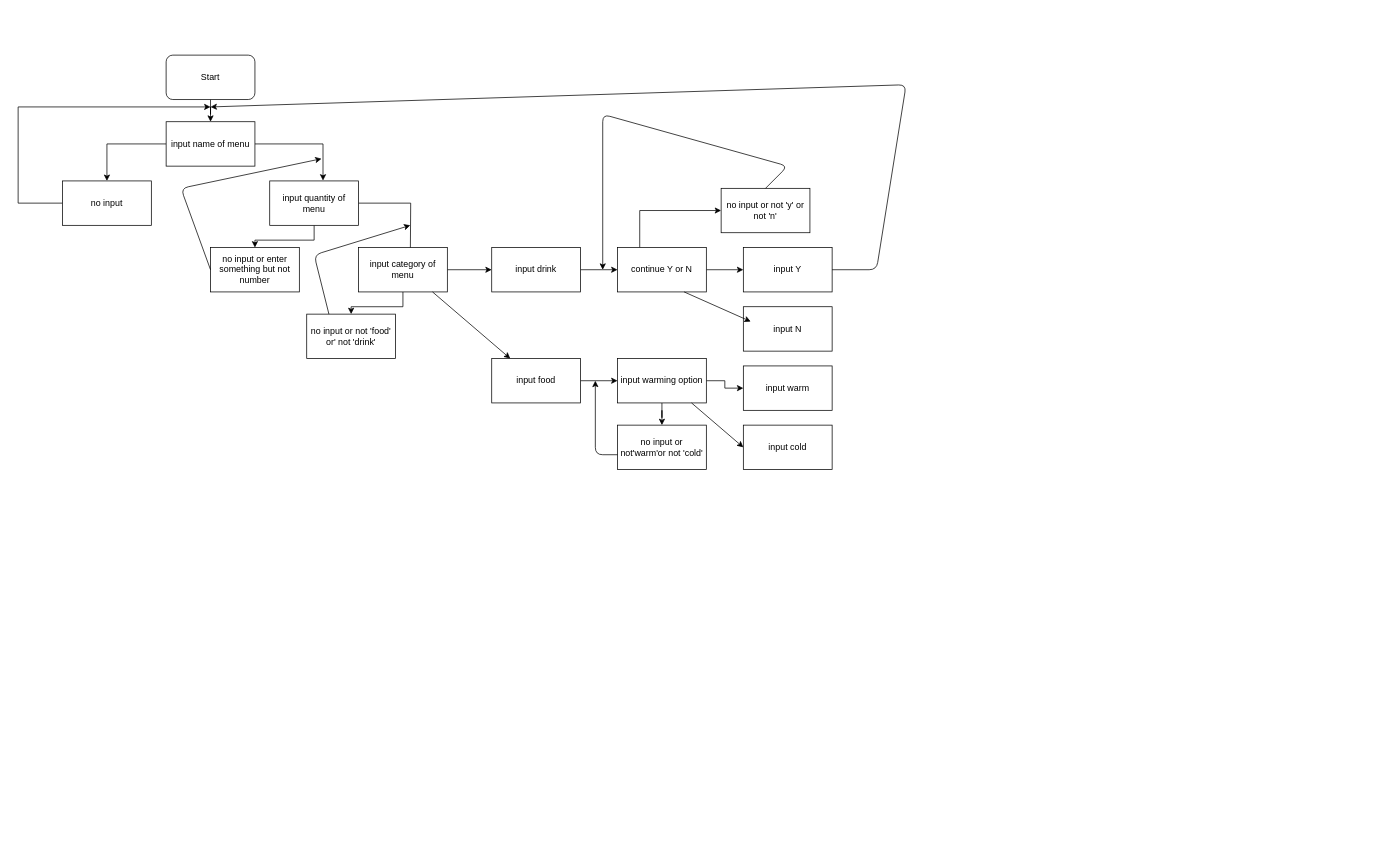
Before: Untitled Diagram.drawio in Lee-Min-Jung/PROGRAMMING-INTRODUCTION-4, a draw.io diagram. Source tidied: cells renumbered, new cells numbered last; positions are measured from the earlier drawing's top-left corner, leaving out a move shared by most shapes. Both pictures are drawn from the tidied source at 74%, with x=0, y=0 at pixel (18, 55).
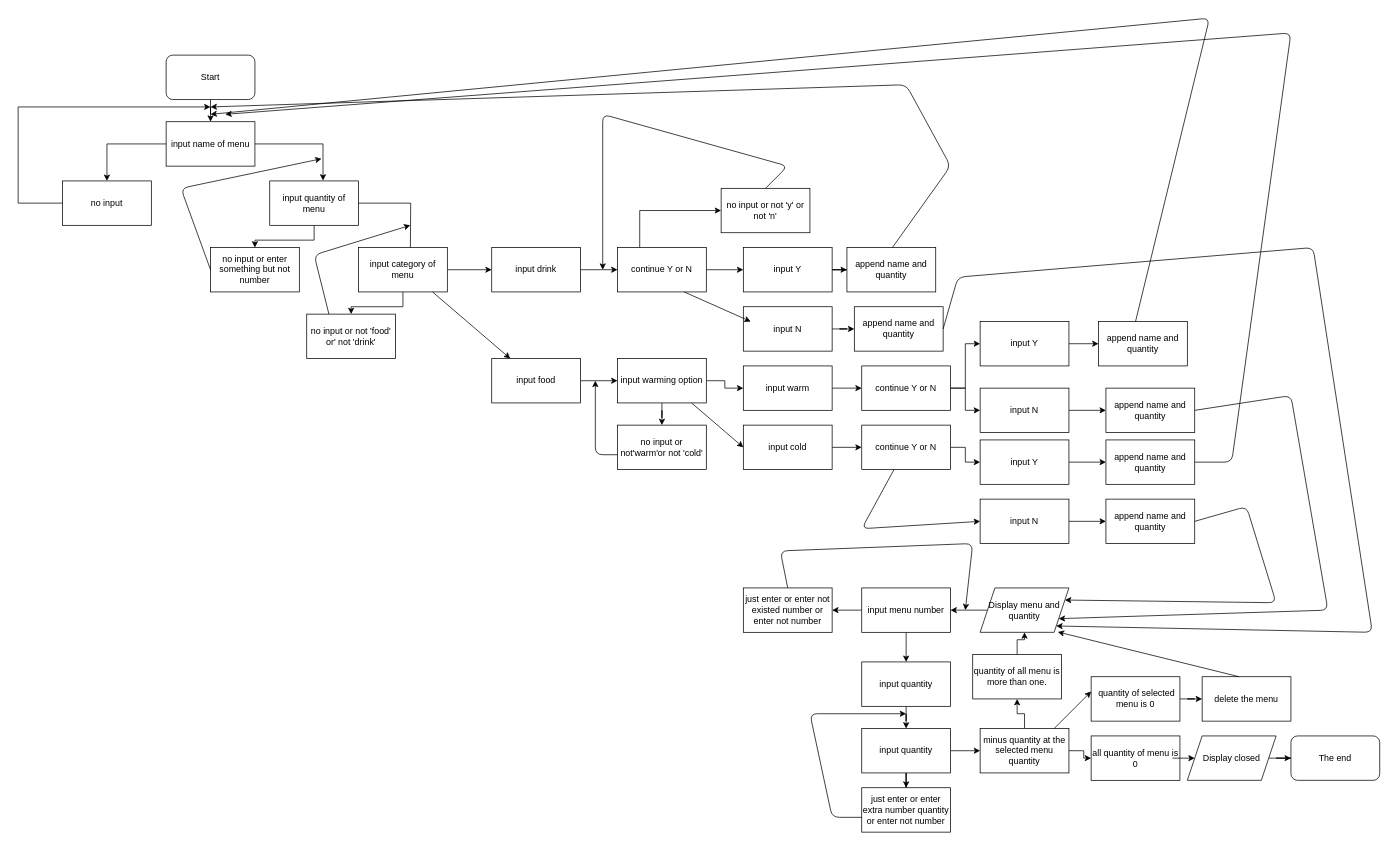
The same diagram, later.

Commit message:
flow chart 2

The change refers to these unchanged cells:
```xml
<mxCell id="26" value="input Y" style="rounded=0;whiteSpace=wrap;html=1;" parent="1" vertex="1">
  <mxGeometry x="980" y="260" width="120" height="60" as="geometry" />
</mxCell>
<mxCell id="28" value="input N" style="rounded=0;whiteSpace=wrap;html=1;" parent="1" vertex="1">
  <mxGeometry x="980" y="340" width="120" height="60" as="geometry" />
</mxCell>
<mxCell id="38" value="input warm" style="rounded=0;whiteSpace=wrap;html=1;" parent="1" vertex="1">
  <mxGeometry x="980" y="420" width="120" height="60" as="geometry" />
</mxCell>
<mxCell id="39" value="input cold" style="rounded=0;whiteSpace=wrap;html=1;" parent="1" vertex="1">
  <mxGeometry x="980" y="500" width="120" height="60" as="geometry" />
</mxCell>
```

The edit, as a diff of the source:
```diff
@@
+    <mxCell id="41" style="edgeStyle=orthogonalEdgeStyle;rounded=0;jettySize=auto;html=1;" parent="1" edge="1" source="26" target="50">
+      <mxGeometry relative="1" as="geometry" />
+    </mxCell>
@@
-    <mxCell id="27" style="endArrow=classic;html=1;exitX=1;exitY=0.5;exitDx=0;exitDy=0;" parent="1" edge="1" source="26">
+    <mxCell id="27" style="endArrow=classic;html=1;" parent="1" edge="1">
       <mxGeometry relative="1" as="geometry">
+        <mxPoint x="1220" y="290" as="sourcePoint" />
         <mxPoint x="260" y="70" as="targetPoint" />
         <Array as="points">
           <mxPoint x="1160" y="290" />
+          <mxPoint x="1260" y="150" />
           <mxPoint x="1200" y="40" />
         </Array>
       </mxGeometry>
     </mxCell>
+    <mxCell id="42" style="edgeStyle=orthogonalEdgeStyle;rounded=0;jettySize=auto;html=1;" parent="1" edge="1" source="28" target="65">
+      <mxGeometry relative="1" as="geometry" />
+    </mxCell>
@@
+    <mxCell id="43" style="edgeStyle=orthogonalEdgeStyle;rounded=0;jettySize=auto;html=1;" parent="1" edge="1" source="38" target="47">
+      <mxGeometry relative="1" as="geometry" />
+    </mxCell>
@@
+    <mxCell id="44" style="edgeStyle=orthogonalEdgeStyle;rounded=0;jettySize=auto;html=1;" parent="1" edge="1" source="39" target="49">
+      <mxGeometry relative="1" as="geometry" />
+    </mxCell>
@@
+    <mxCell id="45" style="edgeStyle=orthogonalEdgeStyle;rounded=0;jettySize=auto;html=1;" parent="1" edge="1" source="47" target="52">
+      <mxGeometry relative="1" as="geometry" />
+    </mxCell>
+    <mxCell id="46" style="edgeStyle=orthogonalEdgeStyle;rounded=0;jettySize=auto;html=1;" parent="1" edge="1" source="47" target="54">
+      <mxGeometry relative="1" as="geometry" />
+    </mxCell>
+    <mxCell id="47" value="continue Y or N" style="rounded=0;whiteSpace=wrap;html=1;" parent="1" vertex="1">
+      <mxGeometry x="1140" y="420" width="120" height="60" as="geometry" />
+    </mxCell>
+    <mxCell id="48" style="edgeStyle=orthogonalEdgeStyle;rounded=0;jettySize=auto;html=1;" parent="1" edge="1" source="49" target="56">
+      <mxGeometry relative="1" as="geometry" />
+    </mxCell>
+    <mxCell id="49" value="continue Y or N" style="rounded=0;whiteSpace=wrap;html=1;" parent="1" vertex="1">
+      <mxGeometry x="1140" y="500" width="120" height="60" as="geometry" />
+    </mxCell>
+    <mxCell id="50" value="append name and quantity" style="rounded=0;whiteSpace=wrap;html=1;" parent="1" vertex="1">
+      <mxGeometry x="1120" y="260" width="120" height="60" as="geometry" />
+    </mxCell>
+    <mxCell id="51" style="edgeStyle=orthogonalEdgeStyle;rounded=0;jettySize=auto;html=1;" parent="1" edge="1" source="52" target="60">
+      <mxGeometry relative="1" as="geometry" />
+    </mxCell>
+    <mxCell id="52" value="input Y" style="rounded=0;whiteSpace=wrap;html=1;" parent="1" vertex="1">
+      <mxGeometry x="1300" y="360" width="120" height="60" as="geometry" />
+    </mxCell>
+    <mxCell id="53" style="edgeStyle=orthogonalEdgeStyle;rounded=0;jettySize=auto;html=1;" parent="1" edge="1" source="54" target="62">
+      <mxGeometry relative="1" as="geometry" />
+    </mxCell>
+    <mxCell id="54" value="input N" style="rounded=0;whiteSpace=wrap;html=1;" parent="1" vertex="1">
+      <mxGeometry x="1300" y="450" width="120" height="60" as="geometry" />
+    </mxCell>
+    <mxCell id="55" style="edgeStyle=orthogonalEdgeStyle;rounded=0;jettySize=auto;html=1;" parent="1" edge="1" source="56" target="61">
+      <mxGeometry relative="1" as="geometry" />
+    </mxCell>
+    <mxCell id="56" value="input Y" style="rounded=0;whiteSpace=wrap;html=1;" parent="1" vertex="1">
+      <mxGeometry x="1300" y="520" width="120" height="60" as="geometry" />
+    </mxCell>
+    <mxCell id="57" style="edgeStyle=orthogonalEdgeStyle;rounded=0;jettySize=auto;html=1;" parent="1" edge="1" source="58" target="63">
+      <mxGeometry relative="1" as="geometry" />
+    </mxCell>
+    <mxCell id="58" value="input N" style="rounded=0;whiteSpace=wrap;html=1;" parent="1" vertex="1">
+      <mxGeometry x="1300" y="600" width="120" height="60" as="geometry" />
+    </mxCell>
+    <mxCell id="59" style="endArrow=classic;html=1;entryX=0;entryY=0.5;entryDx=0;entryDy=0;" parent="1" edge="1" source="49" target="58">
+      <mxGeometry relative="1" as="geometry">
+        <Array as="points">
+          <mxPoint x="1140" y="640" />
+        </Array>
+      </mxGeometry>
+    </mxCell>
+    <mxCell id="60" value="append name and quantity" style="rounded=0;whiteSpace=wrap;html=1;" parent="1" vertex="1">
+      <mxGeometry x="1460" y="360" width="120" height="60" as="geometry" />
+    </mxCell>
+    <mxCell id="61" value="append name and quantity" style="rounded=0;whiteSpace=wrap;html=1;" parent="1" vertex="1">
+      <mxGeometry x="1470" y="520" width="120" height="60" as="geometry" />
+    </mxCell>
+    <mxCell id="62" value="append name and quantity" style="rounded=0;whiteSpace=wrap;html=1;" parent="1" vertex="1">
+      <mxGeometry x="1470" y="450" width="120" height="60" as="geometry" />
+    </mxCell>
+    <mxCell id="63" value="append name and quantity" style="rounded=0;whiteSpace=wrap;html=1;" parent="1" vertex="1">
+      <mxGeometry x="1470" y="600" width="120" height="60" as="geometry" />
+    </mxCell>
+    <mxCell id="64" style="endArrow=classic;html=1;" parent="1" edge="1">
+      <mxGeometry relative="1" as="geometry">
+        <mxPoint x="1510" y="360" as="sourcePoint" />
+        <mxPoint x="260" y="80" as="targetPoint" />
+        <Array as="points">
+          <mxPoint x="1610" y="-50" />
+        </Array>
+      </mxGeometry>
+    </mxCell>
+    <mxCell id="65" value="append name and quantity" style="rounded=0;whiteSpace=wrap;html=1;" parent="1" vertex="1">
+      <mxGeometry x="1130" y="340" width="120" height="60" as="geometry" />
+    </mxCell>
+    <mxCell id="66" style="endArrow=classic;html=1;" parent="1" edge="1">
+      <mxGeometry relative="1" as="geometry">
+        <mxPoint x="1590" y="550" as="sourcePoint" />
+        <mxPoint x="280" y="80" as="targetPoint" />
+        <Array as="points">
+          <mxPoint x="1640" y="550" />
+          <mxPoint x="1720" y="-30" />
+        </Array>
+      </mxGeometry>
+    </mxCell>
+    <mxCell id="67" style="edgeStyle=orthogonalEdgeStyle;rounded=0;jettySize=auto;html=1;" parent="1" edge="1" source="68" target="74">
+      <mxGeometry relative="1" as="geometry" />
+    </mxCell>
+    <mxCell id="68" value="Display menu and quantity" style="shape=parallelogram;perimeter=parallelogramPerimeter;whiteSpace=wrap;html=1;fixedSize=1;" parent="1" vertex="1">
+      <mxGeometry x="1300" y="720" width="120" height="60" as="geometry" />
+    </mxCell>
+    <mxCell id="69" style="endArrow=classic;html=1;entryX=1;entryY=1;entryDx=0;entryDy=0;" parent="1" edge="1" target="68">
+      <mxGeometry relative="1" as="geometry">
+        <mxPoint x="1250" y="370" as="sourcePoint" />
+        <Array as="points">
+          <mxPoint x="1270" y="300" />
+          <mxPoint x="1750" y="260" />
+          <mxPoint x="1830" y="780" />
+        </Array>
+      </mxGeometry>
+    </mxCell>
+    <mxCell id="70" style="endArrow=classic;html=1;entryX=1;entryY=0.75;entryDx=0;entryDy=0;" parent="1" edge="1" target="68">
+      <mxGeometry relative="1" as="geometry">
+        <mxPoint x="1590" y="480" as="sourcePoint" />
+        <Array as="points">
+          <mxPoint x="1720" y="460" />
+          <mxPoint x="1770" y="750" />
+        </Array>
+      </mxGeometry>
+    </mxCell>
+    <mxCell id="71" style="endArrow=classic;html=1;entryX=1;entryY=0.25;entryDx=0;entryDy=0;" parent="1" edge="1" target="68">
+      <mxGeometry relative="1" as="geometry">
+        <mxPoint x="1590" y="630" as="sourcePoint" />
+        <Array as="points">
+          <mxPoint x="1660" y="610" />
+          <mxPoint x="1700" y="740" />
+        </Array>
+      </mxGeometry>
+    </mxCell>
+    <mxCell id="72" style="edgeStyle=orthogonalEdgeStyle;rounded=0;jettySize=auto;html=1;" parent="1" edge="1" source="74" target="75">
+      <mxGeometry relative="1" as="geometry" />
+    </mxCell>
+    <mxCell id="73" style="edgeStyle=orthogonalEdgeStyle;rounded=0;jettySize=auto;html=1;" parent="1" edge="1" source="74" target="78">
+      <mxGeometry relative="1" as="geometry" />
+    </mxCell>
+    <mxCell id="74" value="input menu number" style="rounded=0;whiteSpace=wrap;html=1;" parent="1" vertex="1">
+      <mxGeometry x="1140" y="720" width="120" height="60" as="geometry" />
+    </mxCell>
+    <mxCell id="75" value="just enter or enter not existed number or enter not number" style="rounded=0;whiteSpace=wrap;html=1;" parent="1" vertex="1">
+      <mxGeometry x="980" y="720" width="120" height="60" as="geometry" />
+    </mxCell>
+    <mxCell id="76" style="endArrow=classic;html=1;" parent="1" edge="1">
+      <mxGeometry relative="1" as="geometry">
+        <mxPoint x="1040" y="720" as="sourcePoint" />
+        <mxPoint x="1280" y="750" as="targetPoint" />
+        <Array as="points">
+          <mxPoint x="1030" y="670" />
+          <mxPoint x="1290" y="660" />
+        </Array>
+      </mxGeometry>
+    </mxCell>
+    <mxCell id="77" style="edgeStyle=orthogonalEdgeStyle;rounded=0;jettySize=auto;html=1;" parent="1" edge="1" source="78" target="81">
+      <mxGeometry relative="1" as="geometry" />
+    </mxCell>
+    <mxCell id="78" value="input quantity" style="rounded=0;whiteSpace=wrap;html=1;" parent="1" vertex="1">
+      <mxGeometry x="1140" y="820" width="120" height="60" as="geometry" />
+    </mxCell>
+    <mxCell id="79" style="edgeStyle=orthogonalEdgeStyle;rounded=0;jettySize=auto;html=1;" parent="1" edge="1" source="81" target="82">
+      <mxGeometry relative="1" as="geometry" />
+    </mxCell>
+    <mxCell id="80" style="edgeStyle=orthogonalEdgeStyle;rounded=0;jettySize=auto;html=1;" parent="1" edge="1" source="81" target="86">
+      <mxGeometry relative="1" as="geometry" />
+    </mxCell>
+    <mxCell id="81" value="input quantity" style="rounded=0;whiteSpace=wrap;html=1;" parent="1" vertex="1">
+      <mxGeometry x="1140" y="910" width="120" height="60" as="geometry" />
+    </mxCell>
+    <mxCell id="82" value="just enter or enter extra number quantity or enter not number" style="rounded=0;whiteSpace=wrap;html=1;" parent="1" vertex="1">
+      <mxGeometry x="1140" y="990" width="120" height="60" as="geometry" />
+    </mxCell>
+    <mxCell id="83" style="endArrow=classic;html=1;" parent="1" edge="1">
+      <mxGeometry relative="1" as="geometry">
+        <mxPoint x="1140" y="1030" as="sourcePoint" />
+        <mxPoint x="1200" y="890" as="targetPoint" />
+        <Array as="points">
+          <mxPoint x="1100" y="1030" />
+          <mxPoint x="1070" y="890" />
+        </Array>
+      </mxGeometry>
+    </mxCell>
+    <mxCell id="84" style="edgeStyle=orthogonalEdgeStyle;rounded=0;jettySize=auto;html=1;" parent="1" edge="1" source="86" target="89">
+      <mxGeometry relative="1" as="geometry" />
+    </mxCell>
+    <mxCell id="85" style="edgeStyle=orthogonalEdgeStyle;rounded=0;jettySize=auto;html=1;" parent="1" edge="1" source="86" target="98">
+      <mxGeometry relative="1" as="geometry" />
+    </mxCell>
+    <mxCell id="86" value="minus quantity at the selected menu quantity" style="rounded=0;whiteSpace=wrap;html=1;" parent="1" vertex="1">
+      <mxGeometry x="1300" y="910" width="120" height="60" as="geometry" />
+    </mxCell>
+    <mxCell id="87" style="edgeStyle=orthogonalEdgeStyle;rounded=0;jettySize=auto;html=1;" parent="1" edge="1" source="88" target="90">
+      <mxGeometry relative="1" as="geometry" />
+    </mxCell>
+    <mxCell id="88" value="&amp;nbsp;quantity of selected menu is 0" style="rounded=0;whiteSpace=wrap;html=1;" parent="1" vertex="1">
+      <mxGeometry x="1450" y="840" width="120" height="60" as="geometry" />
+    </mxCell>
+    <mxCell id="89" value="all quantity of menu is 0" style="rounded=0;whiteSpace=wrap;html=1;" parent="1" vertex="1">
+      <mxGeometry x="1450" y="920" width="120" height="60" as="geometry" />
+    </mxCell>
+    <mxCell id="90" value="delete the menu" style="rounded=0;whiteSpace=wrap;html=1;" parent="1" vertex="1">
+      <mxGeometry x="1600" y="840" width="120" height="60" as="geometry" />
+    </mxCell>
+    <mxCell id="91" value="The end" style="rounded=1;whiteSpace=wrap;html=1;" parent="1" vertex="1">
+      <mxGeometry x="1720" y="920" width="120" height="60" as="geometry" />
+    </mxCell>
+    <mxCell id="92" style="edgeStyle=orthogonalEdgeStyle;rounded=0;jettySize=auto;html=1;" parent="1" edge="1" source="93" target="91">
+      <mxGeometry relative="1" as="geometry" />
+    </mxCell>
+    <mxCell id="93" value="Display closed" style="shape=parallelogram;perimeter=parallelogramPerimeter;whiteSpace=wrap;html=1;fixedSize=1;" parent="1" vertex="1">
+      <mxGeometry x="1580" y="920" width="120" height="60" as="geometry" />
+    </mxCell>
+    <mxCell id="94" style="endArrow=classic;html=1;" parent="1" edge="1">
+      <mxGeometry relative="1" as="geometry">
+        <mxPoint x="1400" y="910" as="sourcePoint" />
+        <mxPoint x="1450" y="860" as="targetPoint" />
+      </mxGeometry>
+    </mxCell>
+    <mxCell id="95" style="endArrow=classic;html=1;entryX=0.875;entryY=0.992;entryDx=0;entryDy=0;entryPerimeter=0;" parent="1" edge="1" target="68">
+      <mxGeometry relative="1" as="geometry">
+        <mxPoint x="1650" y="840" as="sourcePoint" />
+      </mxGeometry>
+    </mxCell>
+    <mxCell id="96" style="endArrow=classic;html=1;" parent="1" edge="1" target="93">
+      <mxGeometry relative="1" as="geometry">
+        <mxPoint x="1560" y="950" as="sourcePoint" />
+      </mxGeometry>
+    </mxCell>
+    <mxCell id="97" style="edgeStyle=orthogonalEdgeStyle;rounded=0;jettySize=auto;html=1;" parent="1" edge="1" source="98" target="68">
+      <mxGeometry relative="1" as="geometry" />
+    </mxCell>
+    <mxCell id="98" value="quantity of all menu is more than one." style="rounded=0;whiteSpace=wrap;html=1;" parent="1" vertex="1">
+      <mxGeometry x="1290" y="810" width="120" height="60" as="geometry" />
+    </mxCell>
```
